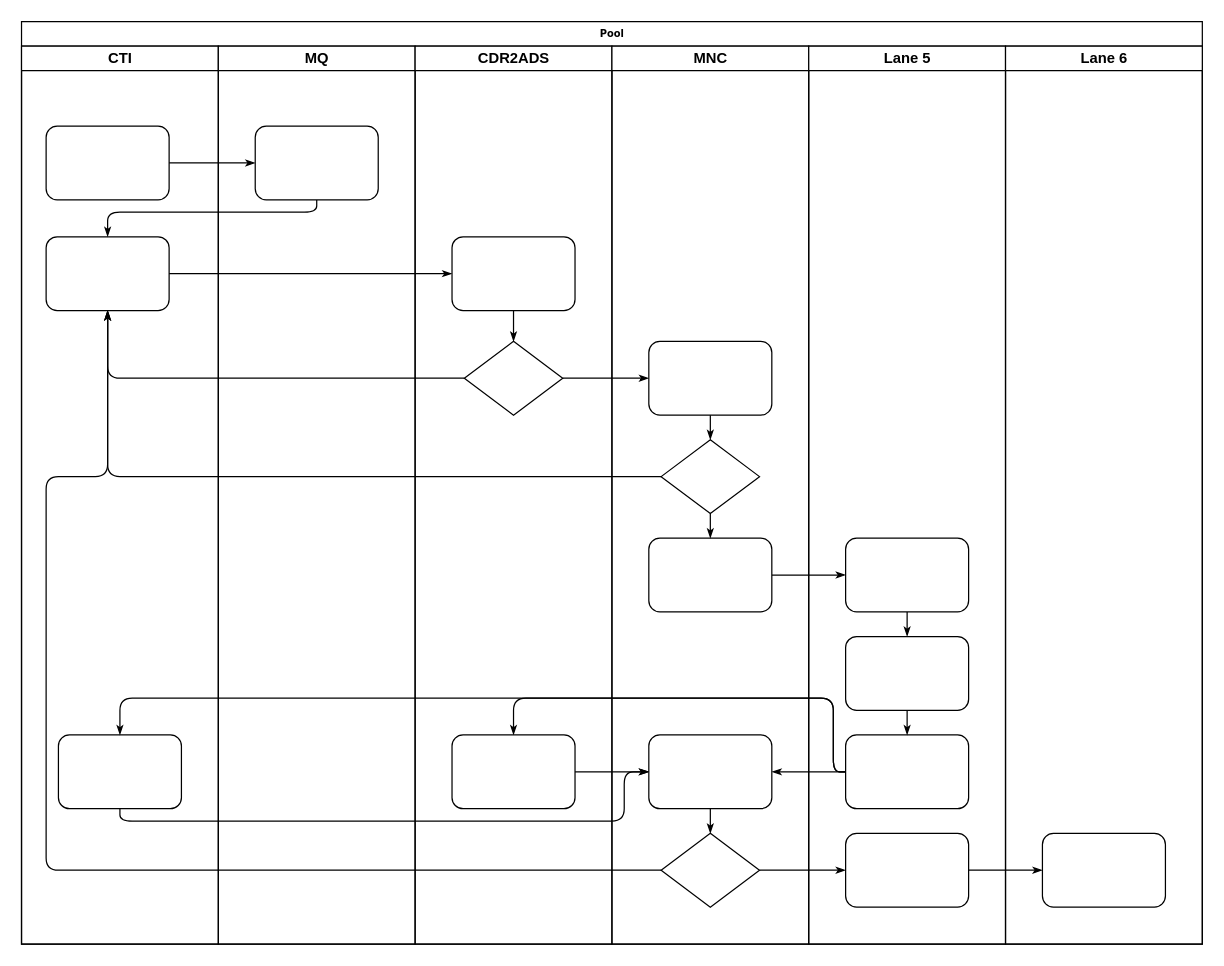
brahao/draw.io keeps this draw.io diagram as cdr2ads.drawio. Above is the earlier version. Source tidied: cells renumbered, new cells numbered last; positions are measured from the earlier drawing's top-left corner, leaving out a move shared by most shapes. Both pictures are drawn from the tidied source at 123%, with x=0, y=0 at pixel (21, 21).
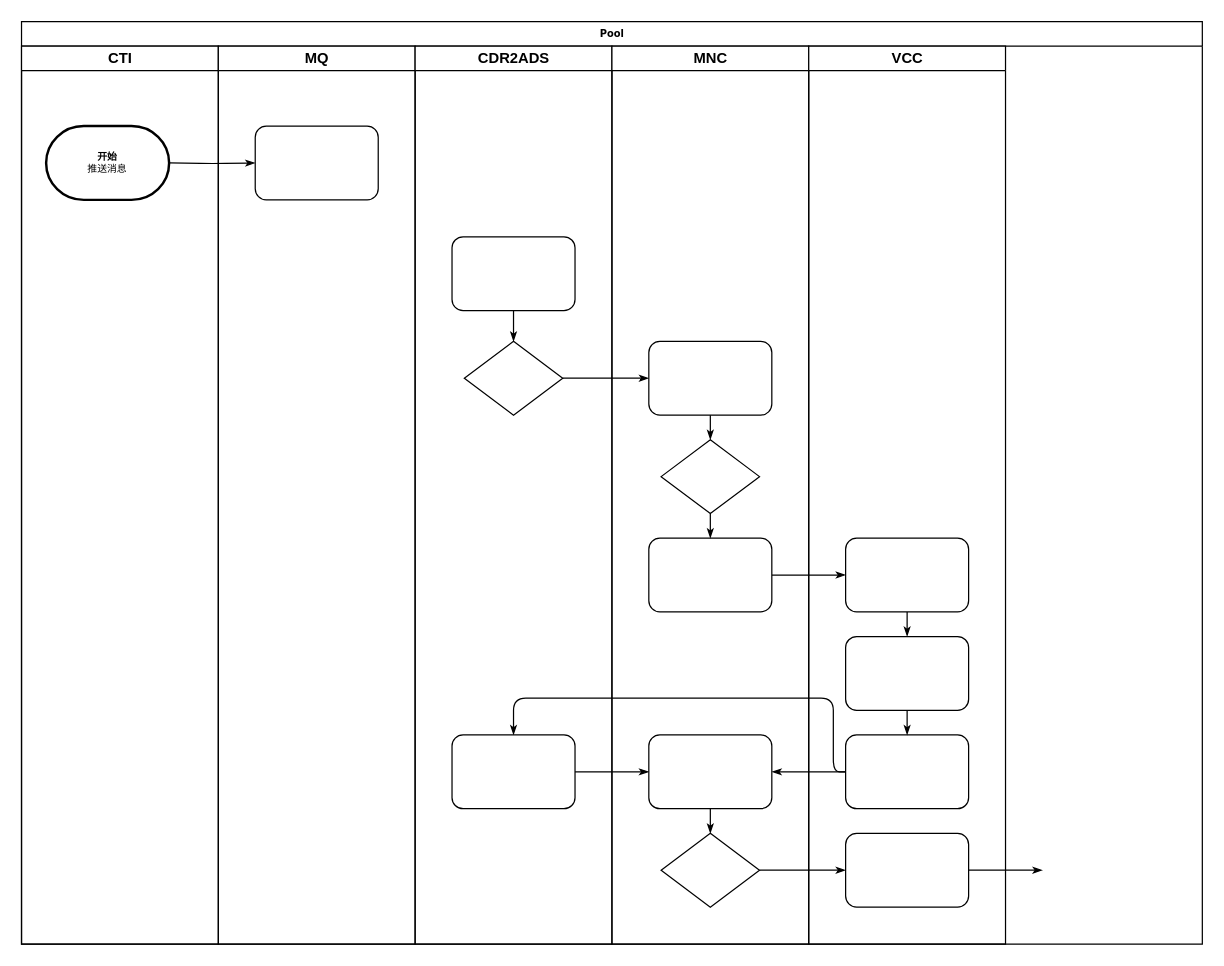
The same page after the edit.

Unchanged cells that the change refers to:
```xml
<mxCell id="2" value="Pool" style="swimlane;html=1;startSize=20;rounded=0;shadow=0;labelBackgroundColor=none;strokeColor=#000000;strokeWidth=1;fillColor=#ffffff;fontFamily=Verdana;fontSize=8;fontColor=#000000;align=center;" parent="1" vertex="1">
  <mxGeometry width="960" height="750" as="geometry" />
</mxCell>
<mxCell id="3" value="CTI" style="swimlane;html=1;startSize=20;" parent="2" vertex="1">
  <mxGeometry y="20" width="160" height="730" as="geometry" />
</mxCell>
<mxCell id="23" style="rounded=1;whiteSpace=wrap;html=1;shadow=0;labelBackgroundColor=none;strokeColor=#000000;strokeWidth=1;fillColor=#ffffff;fontFamily=Verdana;fontSize=8;fontColor=#000000;align=center;" parent="22" vertex="1">
  <mxGeometry x="30" y="65" width="100" height="60" as="geometry" />
</mxCell>
<mxCell id="25" style="rounded=1;whiteSpace=wrap;html=1;shadow=0;labelBackgroundColor=none;strokeColor=#000000;strokeWidth=1;fillColor=#ffffff;fontFamily=Verdana;fontSize=8;fontColor=#000000;align=center;" parent="24" vertex="1">
  <mxGeometry x="30" y="155" width="100" height="60" as="geometry" />
</mxCell>
<mxCell id="26" style="rhombus;whiteSpace=wrap;html=1;rounded=0;shadow=0;labelBackgroundColor=none;strokeColor=#000000;strokeWidth=1;fillColor=#ffffff;fontFamily=Verdana;fontSize=8;fontColor=#000000;align=center;" parent="24" vertex="1">
  <mxGeometry x="40" y="240" width="80" height="60" as="geometry" />
</mxCell>
<mxCell id="31" style="rhombus;whiteSpace=wrap;html=1;rounded=0;shadow=0;labelBackgroundColor=none;strokeColor=#000000;strokeWidth=1;fillColor=#ffffff;fontFamily=Verdana;fontSize=8;fontColor=#000000;align=center;" parent="29" vertex="1">
  <mxGeometry x="40" y="320" width="80" height="60" as="geometry" />
</mxCell>
<mxCell id="33" style="rounded=1;whiteSpace=wrap;html=1;shadow=0;labelBackgroundColor=none;strokeColor=#000000;strokeWidth=1;fillColor=#ffffff;fontFamily=Verdana;fontSize=8;fontColor=#000000;align=center;" parent="29" vertex="1">
  <mxGeometry x="30" y="560" width="100" height="60" as="geometry" />
</mxCell>
<mxCell id="34" style="rhombus;whiteSpace=wrap;html=1;rounded=0;shadow=0;labelBackgroundColor=none;strokeColor=#000000;strokeWidth=1;fillColor=#ffffff;fontFamily=Verdana;fontSize=8;fontColor=#000000;align=center;" parent="29" vertex="1">
  <mxGeometry x="40" y="640" width="80" height="60" as="geometry" />
</mxCell>
<mxCell id="41" style="rounded=1;whiteSpace=wrap;html=1;shadow=0;labelBackgroundColor=none;strokeColor=#000000;strokeWidth=1;fillColor=#ffffff;fontFamily=Verdana;fontSize=8;fontColor=#000000;align=center;" parent="38" vertex="1">
  <mxGeometry x="30" y="560" width="100" height="60" as="geometry" />
</mxCell>
<mxCell id="42" style="rounded=1;whiteSpace=wrap;html=1;shadow=0;labelBackgroundColor=none;strokeColor=#000000;strokeWidth=1;fillColor=#ffffff;fontFamily=Verdana;fontSize=8;fontColor=#000000;align=center;" parent="38" vertex="1">
  <mxGeometry x="30" y="640" width="100" height="60" as="geometry" />
</mxCell>
```

The edit, as a diff of the source:
```diff
@@
-    <mxCell id="4" style="rounded=1;whiteSpace=wrap;html=1;shadow=0;labelBackgroundColor=none;strokeColor=#000000;strokeWidth=1;fillColor=#ffffff;fontFamily=Verdana;fontSize=8;fontColor=#000000;align=center;" parent="3" vertex="1">
-      <mxGeometry x="20" y="65" width="100" height="60" as="geometry" />
-    </mxCell>
-    <mxCell id="5" style="rounded=1;whiteSpace=wrap;html=1;shadow=0;labelBackgroundColor=none;strokeColor=#000000;strokeWidth=1;fillColor=#ffffff;fontFamily=Verdana;fontSize=8;fontColor=#000000;align=center;" parent="3" vertex="1">
-      <mxGeometry x="20" y="155" width="100" height="60" as="geometry" />
-    </mxCell>
-    <mxCell id="6" style="rounded=1;whiteSpace=wrap;html=1;shadow=0;labelBackgroundColor=none;strokeColor=#000000;strokeWidth=1;fillColor=#ffffff;fontFamily=Verdana;fontSize=8;fontColor=#000000;align=center;" parent="3" vertex="1">
-      <mxGeometry x="30" y="560" width="100" height="60" as="geometry" />
-    </mxCell>
+    <mxCell id="47" value="&lt;b&gt;开始&lt;/b&gt;&lt;br&gt;推送消息" style="strokeWidth=2;html=1;shape=mxgraph.flowchart.terminator;whiteSpace=wrap;rounded=1;shadow=0;fontFamily=Verdana;fontSize=8;" parent="3" vertex="1">
+      <mxGeometry x="20" y="65" width="100" height="60" as="geometry" />
+    </mxCell>
-    <mxCell id="7" style="edgeStyle=orthogonalEdgeStyle;rounded=1;html=1;labelBackgroundColor=none;startArrow=none;startFill=0;startSize=5;endArrow=classicThin;endFill=1;endSize=5;jettySize=auto;strokeColor=#000000;strokeWidth=1;fontFamily=Verdana;fontSize=8;fontColor=#000000;" parent="2" edge="1" source="4" target="23">
-      <mxGeometry relative="1" as="geometry" />
+    <mxCell id="7" style="edgeStyle=orthogonalEdgeStyle;rounded=1;html=1;labelBackgroundColor=none;startArrow=none;startFill=0;startSize=5;endArrow=classicThin;endFill=1;endSize=5;jettySize=auto;strokeColor=#000000;strokeWidth=1;fontFamily=Verdana;fontSize=8;fontColor=#000000;" parent="2" edge="1" target="23">
+      <mxGeometry relative="1" as="geometry">
+        <mxPoint x="120" y="115" as="sourcePoint" />
+      </mxGeometry>
     </mxCell>
-    <mxCell id="8" style="edgeStyle=orthogonalEdgeStyle;rounded=1;html=1;labelBackgroundColor=none;startArrow=none;startFill=0;startSize=5;endArrow=classicThin;endFill=1;endSize=5;jettySize=auto;strokeColor=#000000;strokeWidth=1;fontFamily=Verdana;fontSize=8;fontColor=#000000;" parent="2" edge="1" source="23" target="5">
-      <mxGeometry relative="1" as="geometry">
-        <Array as="points">
-          <mxPoint x="240" y="155" />
-          <mxPoint x="70" y="155" />
-        </Array>
-      </mxGeometry>
-    </mxCell>
-    <mxCell id="9" style="edgeStyle=orthogonalEdgeStyle;rounded=1;html=1;labelBackgroundColor=none;startArrow=none;startFill=0;startSize=5;endArrow=classicThin;endFill=1;endSize=5;jettySize=auto;strokeColor=#000000;strokeWidth=1;fontFamily=Verdana;fontSize=8;fontColor=#000000;" parent="2" edge="1" source="5" target="25">
-      <mxGeometry relative="1" as="geometry" />
-    </mxCell>
-    <mxCell id="10" style="edgeStyle=orthogonalEdgeStyle;rounded=1;html=1;labelBackgroundColor=none;startArrow=none;startFill=0;startSize=5;endArrow=classicThin;endFill=1;endSize=5;jettySize=auto;strokeColor=#000000;strokeWidth=1;fontFamily=Verdana;fontSize=8;fontColor=#000000;" parent="2" edge="1" source="26" target="5">
-      <mxGeometry relative="1" as="geometry" />
-    </mxCell>
-    <mxCell id="11" style="edgeStyle=orthogonalEdgeStyle;rounded=1;html=1;labelBackgroundColor=none;startArrow=none;startFill=0;startSize=5;endArrow=classicThin;endFill=1;endSize=5;jettySize=auto;strokeColor=#000000;strokeWidth=1;fontFamily=Verdana;fontSize=8;fontColor=#000000;" parent="2" edge="1" source="31" target="5">
-      <mxGeometry relative="1" as="geometry" />
-    </mxCell>
-    <mxCell id="12" style="edgeStyle=orthogonalEdgeStyle;rounded=1;html=1;labelBackgroundColor=none;startArrow=none;startFill=0;startSize=5;endArrow=classicThin;endFill=1;endSize=5;jettySize=auto;strokeColor=#000000;strokeWidth=1;fontFamily=Verdana;fontSize=8;fontColor=#000000;" parent="2" edge="1" source="34" target="5">
-      <mxGeometry relative="1" as="geometry">
-        <Array as="points">
-          <mxPoint x="20" y="690" />
-          <mxPoint x="20" y="370" />
-          <mxPoint x="70" y="370" />
-        </Array>
-      </mxGeometry>
-    </mxCell>
@@
-    <mxCell id="15" style="edgeStyle=orthogonalEdgeStyle;rounded=1;html=1;labelBackgroundColor=none;startArrow=none;startFill=0;startSize=5;endArrow=classicThin;endFill=1;endSize=5;jettySize=auto;strokeColor=#000000;strokeWidth=1;fontFamily=Verdana;fontSize=8;fontColor=#000000;" parent="2" edge="1" source="42" target="46">
-      <mxGeometry relative="1" as="geometry" />
+    <mxCell id="15" style="edgeStyle=orthogonalEdgeStyle;rounded=1;html=1;labelBackgroundColor=none;startArrow=none;startFill=0;startSize=5;endArrow=classicThin;endFill=1;endSize=5;jettySize=auto;strokeColor=#000000;strokeWidth=1;fontFamily=Verdana;fontSize=8;fontColor=#000000;" parent="2" edge="1" source="42">
+      <mxGeometry relative="1" as="geometry">
+        <mxPoint x="830" y="690" as="targetPoint" />
+      </mxGeometry>
     </mxCell>
@@
-    <mxCell id="19" style="edgeStyle=orthogonalEdgeStyle;rounded=1;html=1;labelBackgroundColor=none;startArrow=none;startFill=0;startSize=5;endArrow=classicThin;endFill=1;endSize=5;jettySize=auto;strokeColor=#000000;strokeWidth=1;fontFamily=Verdana;fontSize=8;fontColor=#000000;" parent="2" edge="1" source="41" target="6">
-      <mxGeometry relative="1" as="geometry">
-        <Array as="points">
-          <mxPoint x="660" y="610" />
-          <mxPoint x="660" y="550" />
-          <mxPoint x="80" y="550" />
-        </Array>
-      </mxGeometry>
-    </mxCell>
-    <mxCell id="20" style="edgeStyle=orthogonalEdgeStyle;rounded=1;html=1;labelBackgroundColor=none;startArrow=none;startFill=0;startSize=5;endArrow=classicThin;endFill=1;endSize=5;jettySize=auto;strokeColor=#000000;strokeWidth=1;fontFamily=Verdana;fontSize=8;fontColor=#000000;" parent="2" edge="1" source="6" target="33">
-      <mxGeometry relative="1" as="geometry">
-        <Array as="points">
-          <mxPoint x="80" y="650" />
-          <mxPoint x="490" y="650" />
-          <mxPoint x="490" y="610" />
-        </Array>
-      </mxGeometry>
-    </mxCell>
@@
-    <mxCell id="38" value="Lane 5" style="swimlane;html=1;startSize=20;" parent="2" vertex="1">
+    <mxCell id="38" value="VCC" style="swimlane;html=1;startSize=20;" parent="2" vertex="1">
       <mxGeometry x="640" y="20" width="160" height="730" as="geometry" />
     </mxCell>
@@
-    <mxCell id="45" value="Lane 6" style="swimlane;html=1;startSize=20;" parent="2" vertex="1">
-      <mxGeometry x="800" y="20" width="160" height="730" as="geometry" />
-    </mxCell>
-    <mxCell id="46" style="rounded=1;whiteSpace=wrap;html=1;shadow=0;labelBackgroundColor=none;strokeColor=#000000;strokeWidth=1;fillColor=#ffffff;fontFamily=Verdana;fontSize=8;fontColor=#000000;align=center;" parent="45" vertex="1">
-      <mxGeometry x="30" y="640" width="100" height="60" as="geometry" />
-    </mxCell>
```
